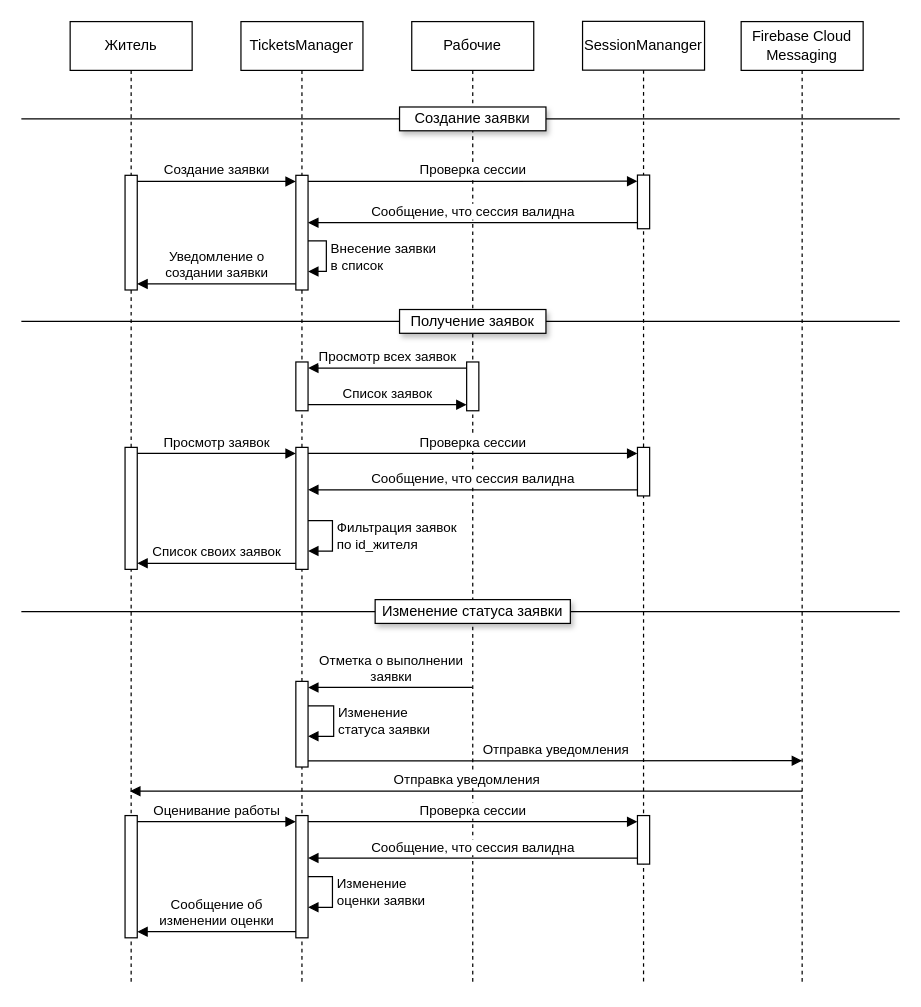
Above: page "Заявки" (2 of 3) of diagrams/sequence_diagram.drawio in ArthurDavletov/ufanet_practice_zheu (draw.io), before the change. Source tidied: cells renumbered, new cells numbered last; positions are measured from the earlier drawing's top-left corner, leaving out a move shared by most shapes. Both pictures are drawn from the tidied source at 122%, with x=0, y=0 at pixel (21, 21).
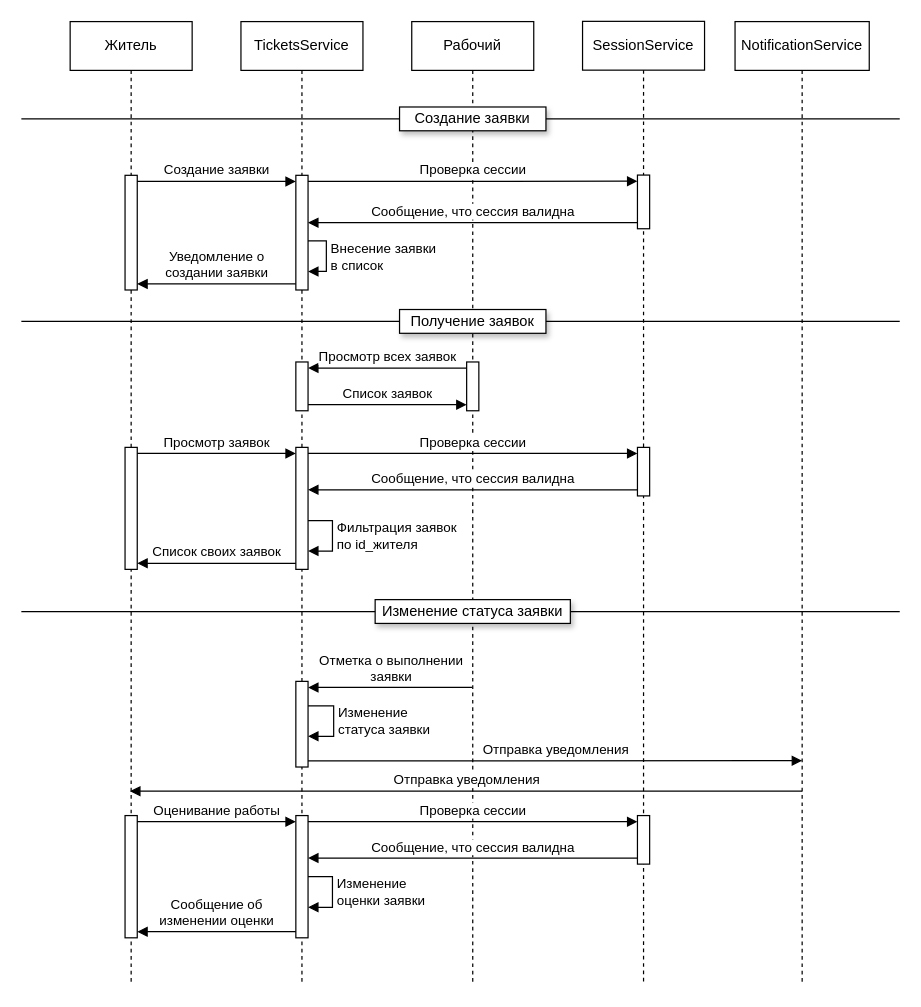
The same page after the edit.

What changed in the source:
```diff
@@
-    <mxCell id="6" value="Рабочие" style="shape=umlLifeline;perimeter=lifelinePerimeter;whiteSpace=wrap;html=1;newEdgeStyle={&quot;curved&quot;:0,&quot;rounded&quot;:0};" parent="1" vertex="1">
+    <mxCell id="6" value="Рабочий" style="shape=umlLifeline;perimeter=lifelinePerimeter;whiteSpace=wrap;html=1;newEdgeStyle={&quot;curved&quot;:0,&quot;rounded&quot;:0};" parent="1" vertex="1">
       <mxGeometry x="320" y="0.2" width="100" height="789.8" as="geometry" />
     </mxCell>
@@
-    <mxCell id="8" value="TicketsManager" style="shape=umlLifeline;perimeter=lifelinePerimeter;whiteSpace=wrap;html=1;newEdgeStyle={&quot;curved&quot;:0,&quot;rounded&quot;:0};" parent="1" vertex="1">
+    <mxCell id="8" value="TicketsService" style="shape=umlLifeline;perimeter=lifelinePerimeter;whiteSpace=wrap;html=1;newEdgeStyle={&quot;curved&quot;:0,&quot;rounded&quot;:0};" parent="1" vertex="1">
       <mxGeometry x="180" y="0.2" width="100" height="789.8" as="geometry" />
     </mxCell>
@@
-    <mxCell id="23" value="SessionMananger" style="shape=umlLifeline;perimeter=lifelinePerimeter;whiteSpace=wrap;html=1;newEdgeStyle={&quot;curved&quot;:0,&quot;rounded&quot;:0};" parent="1" vertex="1">
+    <mxCell id="23" value="SessionService" style="shape=umlLifeline;perimeter=lifelinePerimeter;whiteSpace=wrap;html=1;newEdgeStyle={&quot;curved&quot;:0,&quot;rounded&quot;:0};" parent="1" vertex="1">
       <mxGeometry x="460" width="100" height="790" as="geometry" />
     </mxCell>
@@
-    <mxCell id="38" value="Firebase Cloud Messaging" style="shape=umlLifeline;perimeter=lifelinePerimeter;whiteSpace=wrap;html=1;newEdgeStyle={&quot;curved&quot;:0,&quot;rounded&quot;:0};" parent="1" vertex="1">
-      <mxGeometry x="590" y="0.2" width="100" height="789.8" as="geometry" />
+    <mxCell id="38" value="NotificationService" style="shape=umlLifeline;perimeter=lifelinePerimeter;whiteSpace=wrap;html=1;newEdgeStyle={&quot;curved&quot;:0,&quot;rounded&quot;:0};" parent="1" vertex="1">
+      <mxGeometry x="585" y="0.2" width="110" height="789.8" as="geometry" />
     </mxCell>
```
